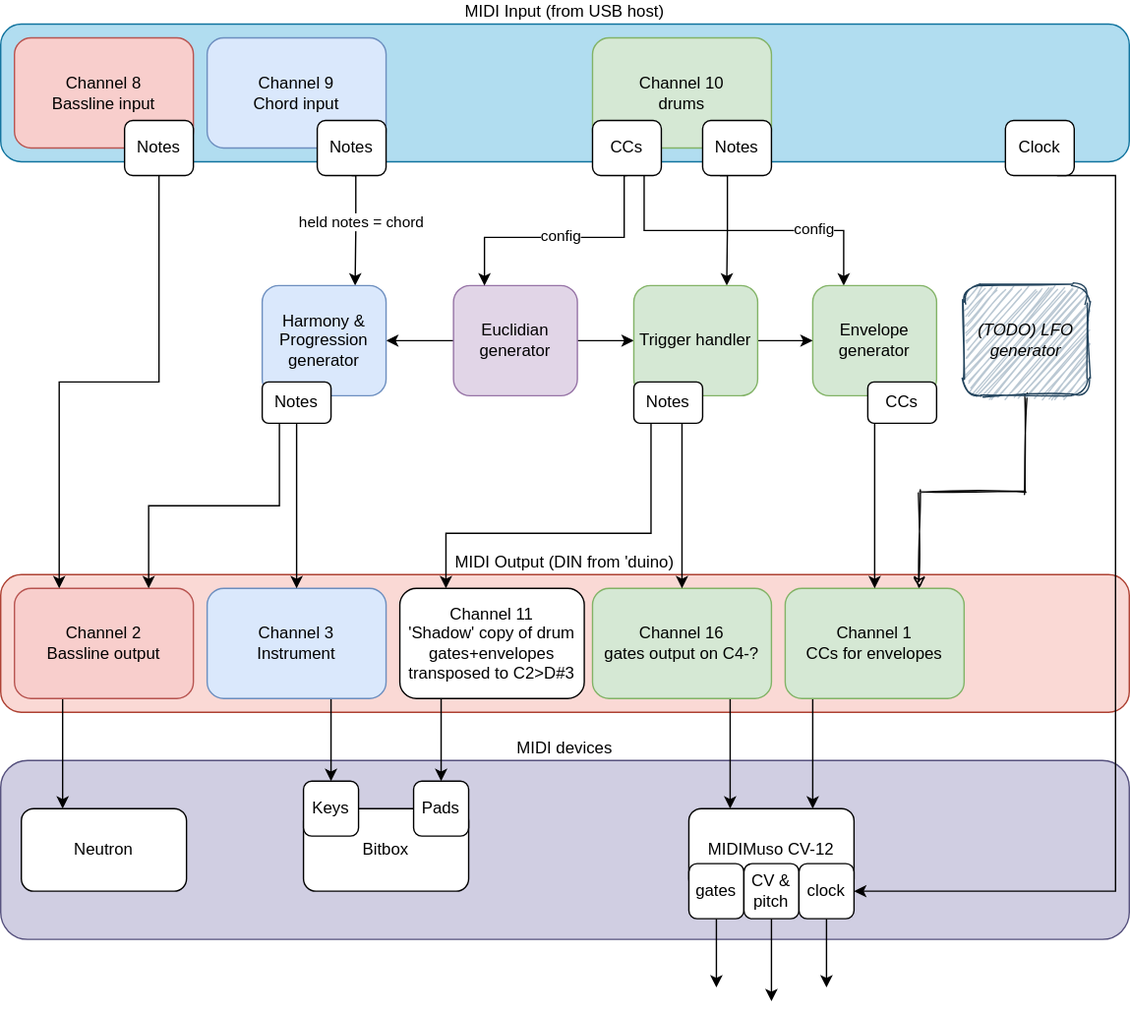
Before: drum2musocv_routing_diagram.svg, a diagram exported from draw.io (doctea/drum2musocv). Source tidied: cells renumbered, new cells last; positions are measured from the earlier drawing's top-left corner, leaving out a move shared by most shapes.
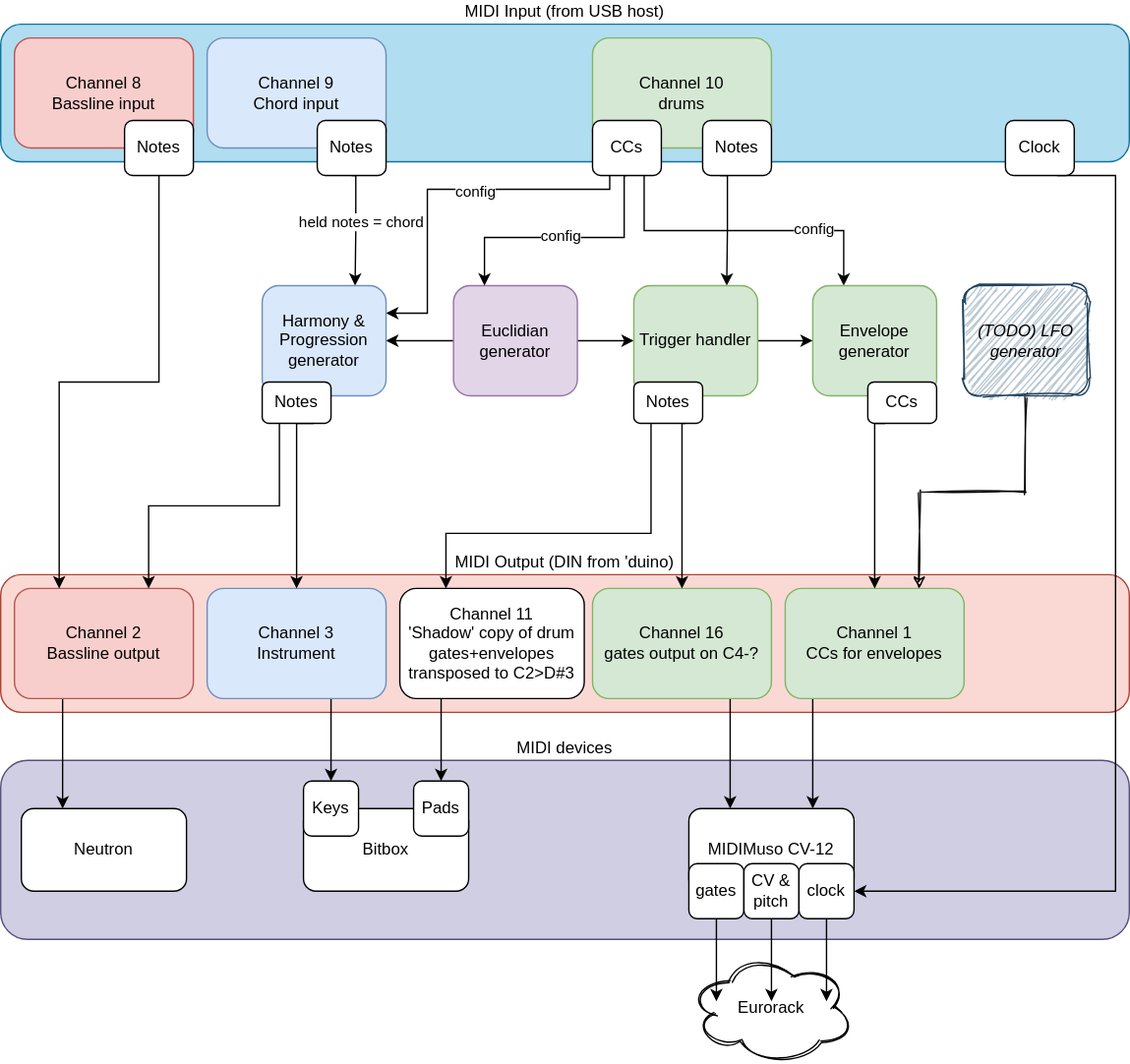
After the commit.

The edit, as a diff of the source:
```diff
@@ -2,6 +2,9 @@
   <root>
     <mxCell id="0" />
     <mxCell id="1" parent="0" />
+    <mxCell id="60" value="Eurorack" style="ellipse;shape=cloud;whiteSpace=wrap;html=1;sketch=1;" parent="1" vertex="1">
+      <mxGeometry x="500" y="675" width="120" height="80" as="geometry" />
+    </mxCell>
     <mxCell id="2" value="MIDI devices" style="rounded=1;whiteSpace=wrap;html=1;labelPosition=center;verticalLabelPosition=top;align=center;verticalAlign=bottom;fillColor=#d0cee2;strokeColor=#56517e;" parent="1" vertex="1">
       <mxGeometry y="535" width="820" height="130" as="geometry" />
     </mxCell>
@@ -103,6 +106,20 @@
         <mxPoint x="1" as="offset" />
       </mxGeometry>
     </mxCell>
+    <mxCell id="61" style="edgeStyle=orthogonalEdgeStyle;rounded=0;sketch=0;jettySize=auto;html=1;exitX=0.25;exitY=1;exitDx=0;exitDy=0;entryX=1;entryY=0.25;entryDx=0;entryDy=0;" parent="1" edge="1" source="25" target="33">
+      <mxGeometry relative="1" as="geometry">
+        <Array as="points">
+          <mxPoint x="443" y="120" />
+          <mxPoint x="310" y="120" />
+          <mxPoint x="310" y="210" />
+        </Array>
+      </mxGeometry>
+    </mxCell>
+    <mxCell id="62" value="config" style="edgeLabel;html=1;align=center;verticalAlign=middle;" parent="61" vertex="1">
+      <mxGeometry x="-0.17" y="1" relative="1" as="geometry">
+        <mxPoint x="1" as="offset" />
+      </mxGeometry>
+    </mxCell>
     <mxCell id="25" value="CCs" style="rounded=1;whiteSpace=wrap;html=1;" parent="1" vertex="1">
       <mxGeometry x="430" y="70" width="50" height="40" as="geometry" />
     </mxCell>
@@ -201,7 +218,7 @@
     </mxCell>
     <mxCell id="48" style="edgeStyle=orthogonalEdgeStyle;rounded=0;jettySize=auto;html=1;exitX=0.5;exitY=1;exitDx=0;exitDy=0;" parent="1" edge="1" source="49">
       <mxGeometry relative="1" as="geometry">
-        <mxPoint x="520" y="700" as="targetPoint" />
+        <mxPoint x="520" y="710" as="targetPoint" />
       </mxGeometry>
     </mxCell>
     <mxCell id="49" value="gates" style="rounded=1;whiteSpace=wrap;html=1;" parent="1" vertex="1">
@@ -217,7 +234,7 @@
     </mxCell>
     <mxCell id="52" style="edgeStyle=orthogonalEdgeStyle;rounded=0;jettySize=auto;html=1;exitX=0.5;exitY=1;exitDx=0;exitDy=0;" parent="1" edge="1" source="53">
       <mxGeometry relative="1" as="geometry">
-        <mxPoint x="600" y="700" as="targetPoint" />
+        <mxPoint x="600" y="710" as="targetPoint" />
       </mxGeometry>
     </mxCell>
     <mxCell id="53" value="clock" style="rounded=1;whiteSpace=wrap;html=1;" parent="1" vertex="1">
```
